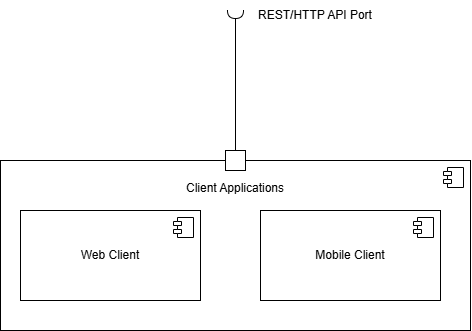
Earlier version of the draw.io export 03_Team_Work/Admin Team/Milestone_1_Component_Diagram/PNG/NL_M1_Admin_ClientApplications_V01.png (JmmonJeremy/CareerBound-SDD). Source tidied: cells renumbered, new cells last; positions are measured from the earlier drawing's top-left corner, leaving out a move shared by most shapes.
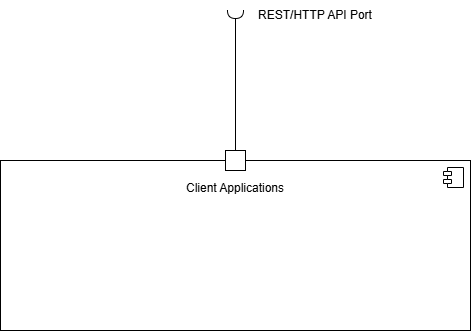
The same file after the commit.

Commit message:
Updated - Admin Team - DataStorageLayer and ClientApplications

The edit, as a diff of the source:
```diff
@@ -10,22 +10,6 @@
         <mxPoint x="-27" y="7" as="offset" />
       </mxGeometry>
     </mxCell>
-    <mxCell id="4" value="Web Client" style="html=1;whiteSpace=wrap;" parent="1" vertex="1">
-      <mxGeometry x="20" y="210" width="180" height="90" as="geometry" />
-    </mxCell>
-    <mxCell id="5" style="shape=module;jettyWidth=8;jettyHeight=4;" parent="4" vertex="1">
-      <mxGeometry x="1" width="20" height="20" relative="1" as="geometry">
-        <mxPoint x="-27" y="7" as="offset" />
-      </mxGeometry>
-    </mxCell>
-    <mxCell id="6" value="Mobile Client" style="html=1;whiteSpace=wrap;" parent="1" vertex="1">
-      <mxGeometry x="260" y="210" width="180" height="90" as="geometry" />
-    </mxCell>
-    <mxCell id="7" style="shape=module;jettyWidth=8;jettyHeight=4;" parent="6" vertex="1">
-      <mxGeometry x="1" width="20" height="20" relative="1" as="geometry">
-        <mxPoint x="-27" y="7" as="offset" />
-      </mxGeometry>
-    </mxCell>
     <mxCell id="8" style="ellipse;whiteSpace=wrap;html=1;align=center;fillColor=none;strokeColor=none;perimeter=centerPerimeter;" parent="1" vertex="1">
       <mxGeometry x="115" y="180" width="10" height="10" as="geometry" />
     </mxCell>
```
